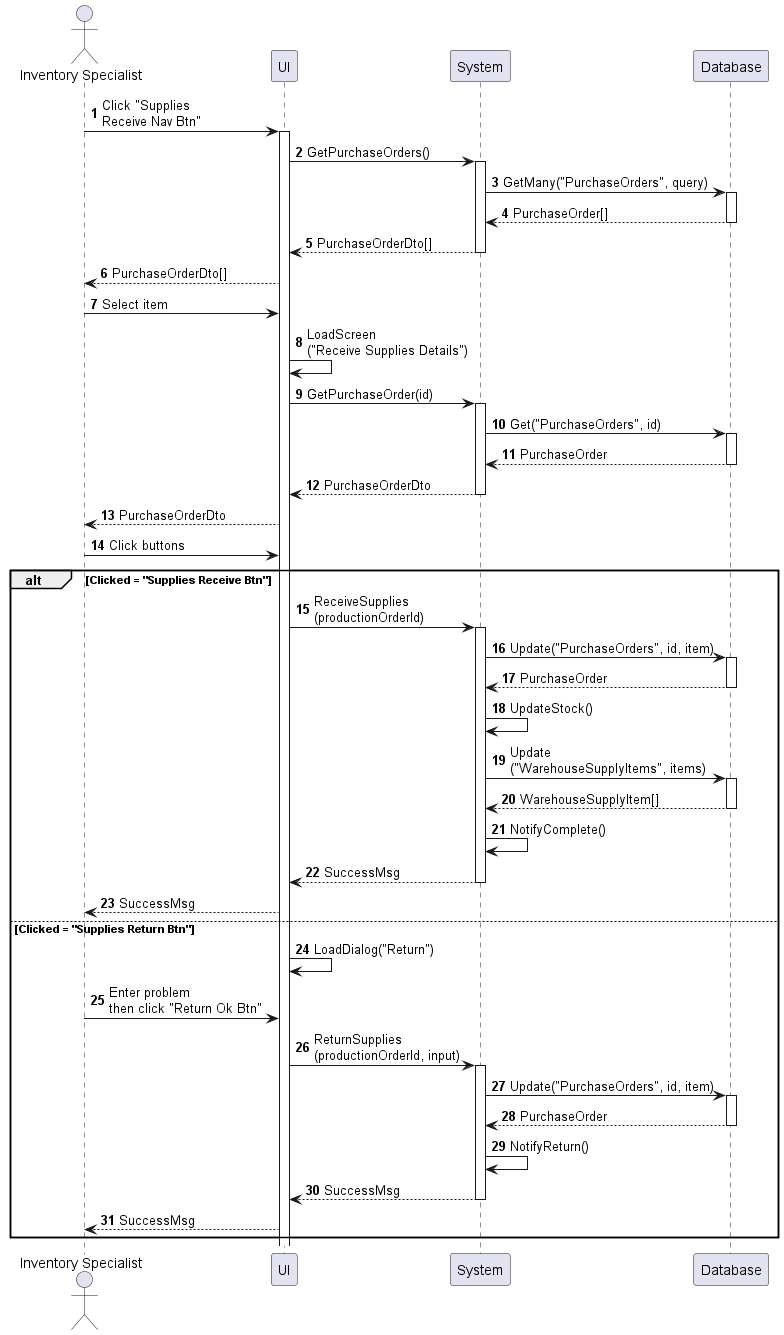
The PlantUML diagram sequences/inventory-supply-receive.png in phihungha/scmss-reqs, before a commit.
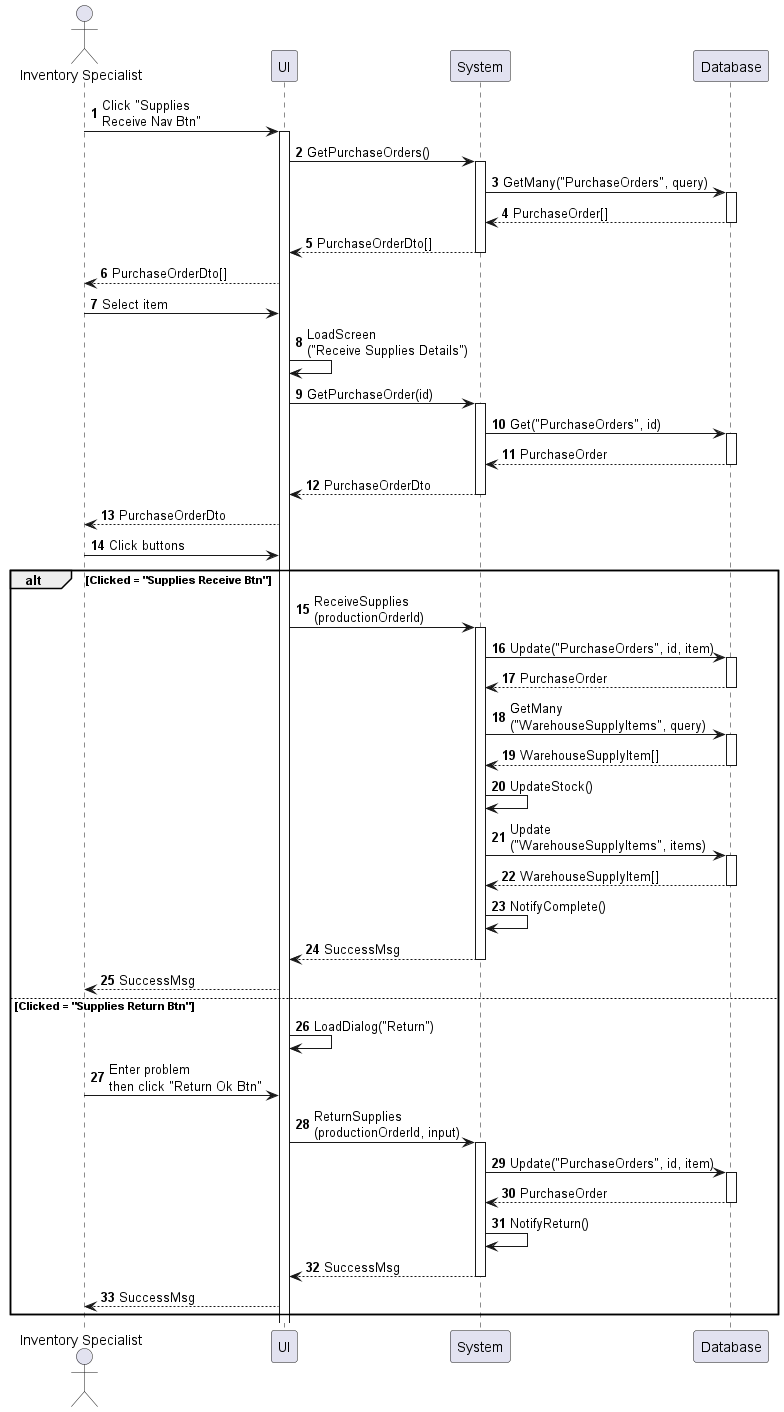
The same file after the commit.

Change to the diagram source:
```diff
@@ -32,6 +32,9 @@
     b -> d : Update("PurchaseOrders", id, item)
     activate d
     return PurchaseOrder
+    b -> d : GetMany\n("WarehouseSupplyItems", query)
+    activate d
+    return WarehouseSupplyItem[]
     b -> b : UpdateStock()
     b -> d : Update\n("WarehouseSupplyItems", items)
     activate d
```
